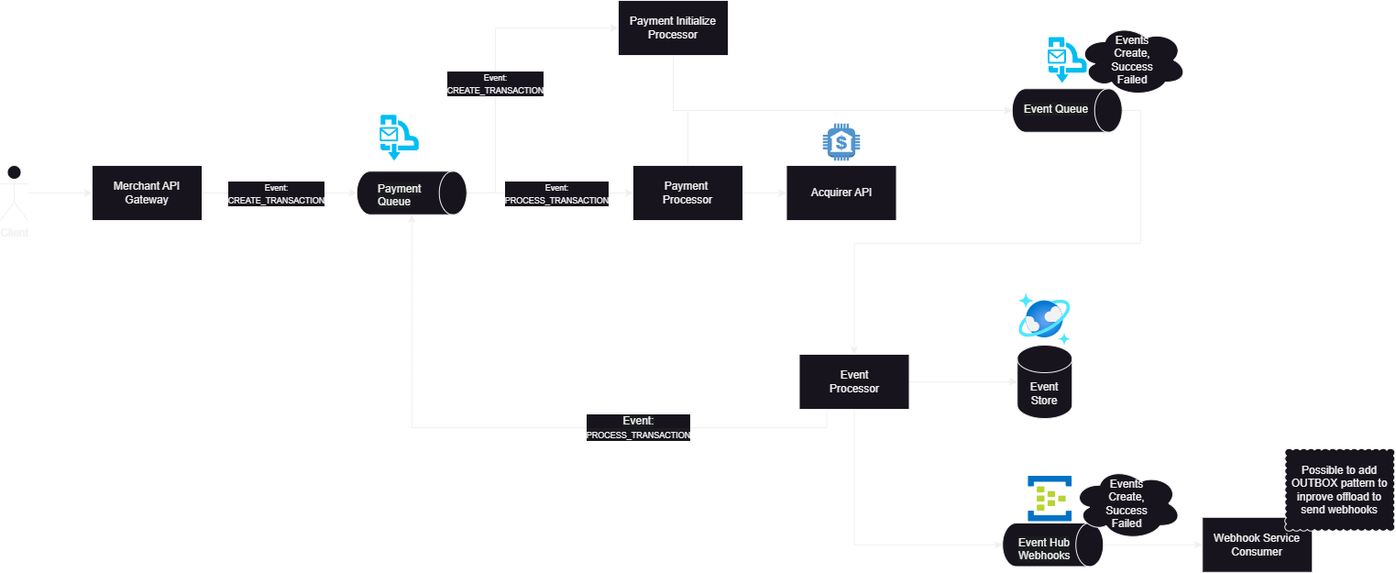
This is Documentation/Images/BaseDesign.png from ShaunJahn/checkout.com.payment.gateway, a draw.io export, as it was before one commit. Source tidied: cells renumbered, new cells last; positions are measured from the earlier drawing's top-left corner, leaving out a move shared by most shapes.
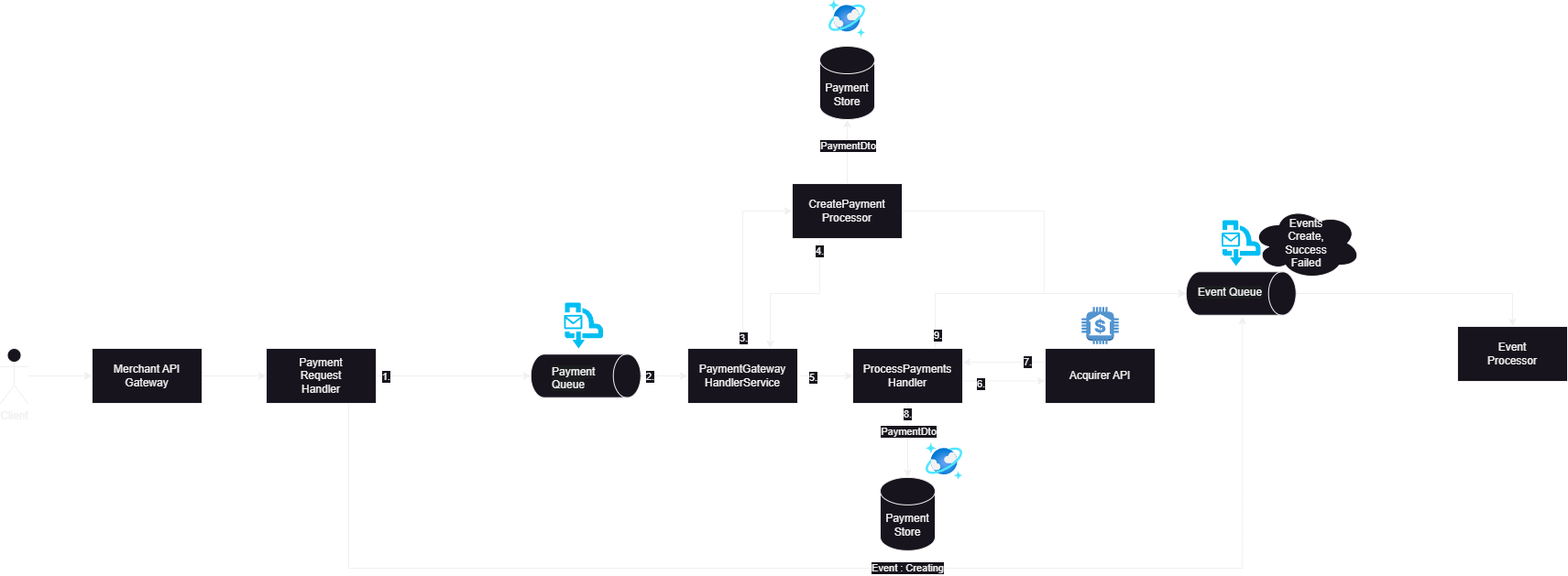
The same diagram one commit later.

Diff of the diagram source:
```diff
@@ -6,49 +6,35 @@
       <mxGeometry relative="1" as="geometry" />
     </mxCell>
     <mxCell id="3" value="Client&lt;div&gt;&lt;br&gt;&lt;/div&gt;" style="shape=umlActor;verticalLabelPosition=bottom;verticalAlign=top;html=1;outlineConnect=0;" parent="1" vertex="1">
-      <mxGeometry y="180" width="30" height="60" as="geometry" />
+      <mxGeometry x="-190" y="180" width="30" height="60" as="geometry" />
     </mxCell>
-    <mxCell id="4" style="edgeStyle=orthogonalEdgeStyle;rounded=0;jettySize=auto;html=1;entryX=0.5;entryY=1;entryDx=0;entryDy=0;entryPerimeter=0;" parent="1" edge="1" source="6" target="14">
-      <mxGeometry relative="1" as="geometry" />
-    </mxCell>
-    <mxCell id="5" value="&lt;span style=&quot;font-size: 9px;&quot;&gt;Event:&lt;/span&gt;&lt;br style=&quot;font-size: 9px;&quot;&gt;&lt;span style=&quot;font-size: 9px;&quot;&gt;CREATE_TRANSACTION&lt;/span&gt;" style="edgeLabel;html=1;align=center;verticalAlign=middle;" parent="4" vertex="1">
-      <mxGeometry x="-0.24" y="-1" relative="1" as="geometry">
-        <mxPoint x="15" y="-1" as="offset" />
-      </mxGeometry>
-    </mxCell>
+    <mxCell id="40" style="edgeStyle=orthogonalEdgeStyle;rounded=0;jettySize=auto;html=1;" parent="1" edge="1" source="6" target="59">
+      <mxGeometry relative="1" as="geometry" />
+    </mxCell>
     <mxCell id="6" value="Merchant API&lt;div&gt;Gateway&lt;/div&gt;" style="rounded=0;whiteSpace=wrap;html=1;" parent="1" vertex="1">
-      <mxGeometry x="100" y="180" width="120" height="60" as="geometry" />
+      <mxGeometry x="-90" y="180" width="120" height="60" as="geometry" />
     </mxCell>
     <mxCell id="7" style="verticalLabelPosition=bottom;html=1;verticalAlign=top;align=center;strokeColor=none;fillColor=#00BEF2;shape=mxgraph.azure.service_bus_queues;" parent="1" vertex="1">
-      <mxGeometry x="413.8" y="124.8" width="42.5" height="50" as="geometry" />
+      <mxGeometry x="425" y="130" width="42.5" height="50" as="geometry" />
     </mxCell>
     <mxCell id="8" style="dashed=0;verticalLabelPosition=bottom;verticalAlign=top;align=center;html=1;shape=mxgraph.aws3.bank;fillColor=#5294CF;gradientColor=none;" parent="1" vertex="1">
-      <mxGeometry x="897.2" y="134.2" width="40.5" height="40.5" as="geometry" />
+      <mxGeometry x="989.8" y="134.8" width="40.5" height="40.5" as="geometry" />
     </mxCell>
+    <mxCell id="41" style="edgeStyle=orthogonalEdgeStyle;rounded=0;jettySize=auto;html=1;exitX=0;exitY=0.25;exitDx=0;exitDy=0;entryX=1;entryY=0.25;entryDx=0;entryDy=0;" parent="1" edge="1" source="9" target="28">
+      <mxGeometry relative="1" as="geometry" />
+    </mxCell>
+    <mxCell id="42" value="7." style="edgeLabel;html=1;align=center;verticalAlign=middle;" parent="41" vertex="1">
+      <mxGeometry x="-0.55" y="-1" relative="1" as="geometry" />
+    </mxCell>
     <mxCell id="9" value="Acquirer API" style="whiteSpace=wrap;html=1;rounded=0;" parent="1" vertex="1">
-      <mxGeometry x="857.5" y="180" width="120" height="60" as="geometry" />
+      <mxGeometry x="950" y="180" width="120" height="60" as="geometry" />
     </mxCell>
-    <mxCell id="10" style="edgeStyle=orthogonalEdgeStyle;rounded=0;jettySize=auto;html=1;" parent="1" edge="1" source="14" target="28">
-      <mxGeometry relative="1" as="geometry" />
-    </mxCell>
-    <mxCell id="11" value="&lt;font style=&quot;font-size: 9px;&quot;&gt;Event:&lt;br&gt;PROCESS_TRANSACTION&lt;/font&gt;" style="edgeLabel;html=1;align=center;verticalAlign=middle;" parent="10" vertex="1">
-      <mxGeometry x="-0.03" y="-1" relative="1" as="geometry">
-        <mxPoint x="11" y="-1" as="offset" />
-      </mxGeometry>
-    </mxCell>
-    <mxCell id="12" style="edgeStyle=orthogonalEdgeStyle;rounded=0;jettySize=auto;html=1;exitX=0.5;exitY=0;exitDx=0;exitDy=0;exitPerimeter=0;entryX=0;entryY=0.5;entryDx=0;entryDy=0;" parent="1" edge="1" source="14" target="36">
-      <mxGeometry relative="1" as="geometry">
-        <Array as="points">
-          <mxPoint x="540" y="210" />
-          <mxPoint x="540" y="30" />
-        </Array>
-      </mxGeometry>
-    </mxCell>
-    <mxCell id="13" value="&lt;font style=&quot;font-size: 9px;&quot;&gt;Event:&lt;br&gt;CREATE_TRANSACTION&lt;/font&gt;" style="edgeLabel;html=1;align=center;verticalAlign=middle;" parent="12" vertex="1">
-      <mxGeometry x="0.32" y="-1" relative="1" as="geometry">
-        <mxPoint x="-18" y="59" as="offset" />
-      </mxGeometry>
-    </mxCell>
+    <mxCell id="43" style="edgeStyle=orthogonalEdgeStyle;rounded=0;jettySize=auto;html=1;exitX=0.5;exitY=0;exitDx=0;exitDy=0;exitPerimeter=0;entryX=0;entryY=0.5;entryDx=0;entryDy=0;" parent="1" edge="1" source="14" target="66">
+      <mxGeometry relative="1" as="geometry" />
+    </mxCell>
+    <mxCell id="44" value="2." style="edgeLabel;html=1;align=center;verticalAlign=middle;" parent="43" vertex="1">
+      <mxGeometry x="-0.61" relative="1" as="geometry" />
+    </mxCell>
     <mxCell id="14" style="shape=cylinder3;whiteSpace=wrap;html=1;boundedLbl=1;backgroundOutline=1;size=15;rotation=90;" parent="1" vertex="1">
       <mxGeometry x="425" y="150" width="47.5" height="120" as="geometry" />
     </mxCell>
@@ -56,11 +42,8 @@
       <mxGeometry x="410" y="192" width="60" height="30" as="geometry" />
     </mxCell>
     <mxCell id="16" style="image;html=1;align=center;fontSize=12;image=img/lib/azure2/databases/Azure_Cosmos_DB.svg;" parent="1" vertex="1">
-      <mxGeometry x="1111.2" y="320" width="56" height="56" as="geometry" />
+      <mxGeometry x="820" y="283.8" width="40" height="40" as="geometry" />
     </mxCell>
-    <mxCell id="17" value="Event Store" style="shape=cylinder3;whiteSpace=wrap;html=1;boundedLbl=1;backgroundOutline=1;size=15;" parent="1" vertex="1">
-      <mxGeometry x="1109.2" y="376" width="60" height="80" as="geometry" />
-    </mxCell>
     <mxCell id="18" style="edgeStyle=orthogonalEdgeStyle;rounded=0;jettySize=auto;html=1;exitX=0.5;exitY=0;exitDx=0;exitDy=0;exitPerimeter=0;" parent="1" edge="1" source="19" target="30">
       <mxGeometry relative="1" as="geometry" />
     </mxCell>
@@ -70,66 +53,111 @@
     <mxCell id="20" style="verticalLabelPosition=bottom;html=1;verticalAlign=top;align=center;strokeColor=none;fillColor=#00BEF2;shape=mxgraph.azure.service_bus_queues;" parent="1" vertex="1">
       <mxGeometry x="1142.5" y="40" width="42.5" height="50" as="geometry" />
     </mxCell>
-    <mxCell id="21" style="edgeStyle=orthogonalEdgeStyle;rounded=0;jettySize=auto;html=1;" parent="1" edge="1" source="22" target="25">
-      <mxGeometry relative="1" as="geometry" />
-    </mxCell>
-    <mxCell id="22" style="shape=cylinder3;whiteSpace=wrap;html=1;boundedLbl=1;backgroundOutline=1;size=15;rotation=90;" parent="1" vertex="1">
-      <mxGeometry x="1124.5" y="538.8" width="47.5" height="110" as="geometry" />
-    </mxCell>
-    <mxCell id="23" style="image;sketch=0;html=1;align=center;fontSize=12;image=img/lib/mscae/Event_Hubs.svg;" parent="1" vertex="1">
-      <mxGeometry x="1121.2" y="518.8" width="48" height="50" as="geometry" />
-    </mxCell>
-    <mxCell id="24" value="&lt;span style=&quot;color: rgb(240, 240, 240); font-family: Helvetica; font-size: 12px; font-style: normal; font-variant-ligatures: normal; font-variant-caps: normal; font-weight: 400; letter-spacing: normal; orphans: 2; text-align: center; text-indent: 0px; text-transform: none; widows: 2; word-spacing: 0px; -webkit-text-stroke-width: 0px; white-space: normal; background-color: rgb(27, 29, 30); text-decoration-thickness: initial; text-decoration-style: initial; text-decoration-color: initial; display: inline !important; float: none;&quot;&gt;Event Hub&lt;/span&gt;&lt;div&gt;&lt;span style=&quot;color: rgb(240, 240, 240); font-family: Helvetica; font-size: 12px; font-style: normal; font-variant-ligatures: normal; font-variant-caps: normal; font-weight: 400; letter-spacing: normal; orphans: 2; text-align: center; text-indent: 0px; text-transform: none; widows: 2; word-spacing: 0px; -webkit-text-stroke-width: 0px; white-space: normal; background-color: rgb(27, 29, 30); text-decoration-thickness: initial; text-decoration-style: initial; text-decoration-color: initial; display: inline !important; float: none;&quot;&gt;Webhooks&lt;/span&gt;&lt;/div&gt;" style="text;whiteSpace=wrap;html=1;" parent="1" vertex="1">
-      <mxGeometry x="1108.5" y="578" width="61.5" height="25.8" as="geometry" />
-    </mxCell>
-    <mxCell id="25" value="Webhook Service&lt;div&gt;Consumer&lt;/div&gt;" style="whiteSpace=wrap;html=1;" parent="1" vertex="1">
-      <mxGeometry x="1311.2" y="563.8" width="120" height="60" as="geometry" />
-    </mxCell>
-    <mxCell id="26" value="Events&lt;div&gt;Create,&lt;/div&gt;&lt;div&gt;Success&lt;/div&gt;&lt;div&gt;Failed&lt;/div&gt;" style="ellipse;shape=cloud;whiteSpace=wrap;html=1;" parent="1" vertex="1">
-      <mxGeometry x="1169.2" y="508.8" width="120" height="80" as="geometry" />
-    </mxCell>
     <mxCell id="27" style="edgeStyle=orthogonalEdgeStyle;rounded=0;jettySize=auto;html=1;exitX=1;exitY=0.5;exitDx=0;exitDy=0;" parent="1" edge="1" source="28" target="9">
-      <mxGeometry relative="1" as="geometry" />
+      <mxGeometry relative="1" as="geometry">
+        <Array as="points">
+          <mxPoint x="850" y="215.5" />
+        </Array>
+      </mxGeometry>
     </mxCell>
+    <mxCell id="45" value="6." style="edgeLabel;html=1;align=center;verticalAlign=middle;" parent="27" vertex="1">
+      <mxGeometry x="-0.21" y="-3" relative="1" as="geometry" />
+    </mxCell>
-    <mxCell id="28" value="Payment&amp;nbsp;&lt;div&gt;Processor&lt;/div&gt;" style="whiteSpace=wrap;html=1;" parent="1" vertex="1">
-      <mxGeometry x="690" y="180" width="120" height="60" as="geometry" />
+    <mxCell id="28" value="ProcessPayments&lt;div&gt;Handler&lt;br&gt;&lt;/div&gt;" style="whiteSpace=wrap;html=1;" parent="1" vertex="1">
+      <mxGeometry x="740" y="180" width="120" height="60" as="geometry" />
     </mxCell>
-    <mxCell id="29" style="edgeStyle=orthogonalEdgeStyle;rounded=0;jettySize=auto;html=1;exitX=1;exitY=0.5;exitDx=0;exitDy=0;" parent="1" edge="1" source="30" target="17">
-      <mxGeometry relative="1" as="geometry" />
-    </mxCell>
     <mxCell id="30" value="Event&lt;div&gt;Processor&lt;/div&gt;" style="whiteSpace=wrap;html=1;" parent="1" vertex="1">
-      <mxGeometry x="871.5" y="386" width="120" height="60" as="geometry" />
+      <mxGeometry x="1400" y="156" width="120" height="60" as="geometry" />
     </mxCell>
-    <mxCell id="31" value="Possible to add OUTBOX pattern to inprove offload to send webhooks" style="whiteSpace=wrap;html=1;shape=mxgraph.basic.cloud_rect;" parent="1" vertex="1">
-      <mxGeometry x="1401.2" y="488.8" width="120" height="90" as="geometry" />
-    </mxCell>
-    <mxCell id="32" style="edgeStyle=orthogonalEdgeStyle;rounded=0;jettySize=auto;html=1;exitX=0.5;exitY=1;exitDx=0;exitDy=0;entryX=0.5;entryY=1;entryDx=0;entryDy=0;entryPerimeter=0;" parent="1" edge="1" source="30" target="22">
-      <mxGeometry relative="1" as="geometry" />
-    </mxCell>
     <mxCell id="33" value="Events&lt;div&gt;Create,&lt;/div&gt;&lt;div&gt;Success&lt;/div&gt;&lt;div&gt;Failed&lt;/div&gt;" style="ellipse;shape=cloud;whiteSpace=wrap;html=1;" parent="1" vertex="1">
       <mxGeometry x="1175" y="25" width="120" height="80" as="geometry" />
     </mxCell>
-    <mxCell id="34" style="edgeStyle=orthogonalEdgeStyle;rounded=0;jettySize=auto;html=1;exitX=0.25;exitY=1;exitDx=0;exitDy=0;entryX=1;entryY=0.5;entryDx=0;entryDy=0;entryPerimeter=0;" parent="1" edge="1" source="30" target="14">
-      <mxGeometry relative="1" as="geometry" />
-    </mxCell>
-    <mxCell id="35" value="&lt;span style=&quot;font-size: 12px; text-wrap: wrap; background-color: rgb(27, 29, 30);&quot;&gt;Event:&lt;/span&gt;&lt;div style=&quot;font-size: 12px; text-wrap: wrap; background-color: rgb(27, 29, 30);&quot;&gt;&lt;span style=&quot;font-size: 9px; text-wrap: nowrap; background-color: rgb(24, 20, 29);&quot;&gt;PROCESS_TRANSACTION&lt;/span&gt;&lt;/div&gt;" style="edgeLabel;html=1;align=center;verticalAlign=middle;" parent="34" vertex="1">
-      <mxGeometry x="-0.36" y="-1" relative="1" as="geometry" />
-    </mxCell>
+    <mxCell id="46" style="edgeStyle=orthogonalEdgeStyle;rounded=0;jettySize=auto;html=1;exitX=0.25;exitY=1;exitDx=0;exitDy=0;entryX=0.75;entryY=0;entryDx=0;entryDy=0;" parent="1" edge="1" source="36" target="66">
+      <mxGeometry relative="1" as="geometry" />
+    </mxCell>
+    <mxCell id="47" value="4." style="edgeLabel;html=1;align=center;verticalAlign=middle;" parent="46" vertex="1">
+      <mxGeometry x="-0.85" y="-1" relative="1" as="geometry" />
+    </mxCell>
-    <mxCell id="36" value="Payment Initialize&lt;div&gt;Processor&lt;/div&gt;" style="whiteSpace=wrap;html=1;" parent="1" vertex="1">
+    <mxCell id="36" value="&lt;div&gt;CreatePayment&lt;/div&gt;&lt;div&gt;Processor&lt;br&gt;&lt;/div&gt;" style="whiteSpace=wrap;html=1;" parent="1" vertex="1">
       <mxGeometry x="674" width="120" height="60" as="geometry" />
     </mxCell>
-    <mxCell id="37" style="edgeStyle=orthogonalEdgeStyle;rounded=0;jettySize=auto;html=1;exitX=0.5;exitY=1;exitDx=0;exitDy=0;entryX=0.5;entryY=1;entryDx=0;entryDy=0;entryPerimeter=0;" parent="1" edge="1" source="36" target="19">
+    <mxCell id="37" style="edgeStyle=orthogonalEdgeStyle;rounded=0;jettySize=auto;html=1;exitX=1;exitY=0.5;exitDx=0;exitDy=0;entryX=0.5;entryY=1;entryDx=0;entryDy=0;entryPerimeter=0;" parent="1" edge="1" source="36" target="19">
       <mxGeometry relative="1" as="geometry" />
     </mxCell>
+    <mxCell id="39" value="&lt;span style=&quot;color: rgb(240, 240, 240); font-family: Helvetica; font-size: 12px; font-style: normal; font-variant-ligatures: normal; font-variant-caps: normal; font-weight: 400; letter-spacing: normal; orphans: 2; text-align: center; text-indent: 0px; text-transform: none; widows: 2; word-spacing: 0px; -webkit-text-stroke-width: 0px; white-space: normal; background-color: rgb(27, 29, 30); text-decoration-thickness: initial; text-decoration-style: initial; text-decoration-color: initial; display: inline !important; float: none;&quot;&gt;Event Queue&lt;/span&gt;" style="text;whiteSpace=wrap;html=1;" parent="1" vertex="1">
+      <mxGeometry x="1115.2" y="105" width="100" height="40" as="geometry" />
+    </mxCell>
+    <mxCell id="48" value="Payment&lt;div&gt;Store&lt;/div&gt;" style="shape=cylinder3;whiteSpace=wrap;html=1;boundedLbl=1;backgroundOutline=1;size=15;" parent="1" vertex="1">
+      <mxGeometry x="704" y="-150" width="60" height="80" as="geometry" />
+    </mxCell>
+    <mxCell id="49" style="edgeStyle=orthogonalEdgeStyle;rounded=0;jettySize=auto;html=1;exitX=0.5;exitY=0;exitDx=0;exitDy=0;entryX=0.5;entryY=1;entryDx=0;entryDy=0;entryPerimeter=0;" parent="1" edge="1" source="36" target="48">
+      <mxGeometry relative="1" as="geometry" />
+    </mxCell>
+    <mxCell id="50" value="PaymentDto" style="edgeLabel;html=1;align=center;verticalAlign=middle;" parent="49" vertex="1">
+      <mxGeometry x="0.21" relative="1" as="geometry" />
+    </mxCell>
+    <mxCell id="51" value="Payment&lt;div&gt;Store&lt;/div&gt;" style="shape=cylinder3;whiteSpace=wrap;html=1;boundedLbl=1;backgroundOutline=1;size=15;" parent="1" vertex="1">
+      <mxGeometry x="770" y="320.9" width="60" height="80" as="geometry" />
+    </mxCell>
+    <mxCell id="52" style="edgeStyle=orthogonalEdgeStyle;rounded=0;jettySize=auto;html=1;exitX=0.5;exitY=1;exitDx=0;exitDy=0;entryX=0.5;entryY=0;entryDx=0;entryDy=0;entryPerimeter=0;" parent="1" edge="1" source="28" target="51">
+      <mxGeometry relative="1" as="geometry" />
+    </mxCell>
+    <mxCell id="53" value="&lt;span style=&quot;color: rgba(0, 0, 0, 0); font-family: monospace; font-size: 0px; text-align: start; background-color: rgb(27, 29, 30);&quot;&gt;%3CmxGraphModel%3E%3Croot%3E%3CmxCell%20id%3D%220%22%2F%3E%3CmxCell%20id%3D%221%22%20parent%3D%220%22%2F%3E%3CmxCell%20id%3D%222%22%20value%3D%22PaymentDto%22%20style%3D%22text%3Bhtml%3D1%3Balign%3Dcenter%3BverticalAlign%3Dmiddle%3Bresizable%3D0%3Bpoints%3D%5B%5D%3Bautosize%3D1%3BstrokeColor%3Dnone%3BfillColor%3Dnone%3B%22%20vertex%3D%221%22%20parent%3D%221%22%3E%3CmxGeometry%20x%3D%22795%22%20y%3D%22408%22%20width%3D%2290%22%20height%3D%2230%22%20as%3D%22geometry%22%2F%3E%3C%2FmxCell%3E%3C%2Froot%3E%3C%2FmxGraphModel%3E&lt;/span&gt;" style="edgeLabel;html=1;align=center;verticalAlign=middle;" parent="52" vertex="1">
+      <mxGeometry x="-0.19" y="-1" relative="1" as="geometry" />
+    </mxCell>
+    <mxCell id="54" value="PaymentDto" style="edgeLabel;html=1;align=center;verticalAlign=middle;" parent="52" vertex="1">
+      <mxGeometry x="-0.04" relative="1" as="geometry">
+        <mxPoint y="-9" as="offset" />
+      </mxGeometry>
+    </mxCell>
+    <mxCell id="55" value="8." style="edgeLabel;html=1;align=center;verticalAlign=middle;" parent="52" vertex="1">
+      <mxGeometry x="-0.74" y="-1" relative="1" as="geometry" />
+    </mxCell>
+    <mxCell id="56" style="image;html=1;align=center;fontSize=12;image=img/lib/azure2/databases/Azure_Cosmos_DB.svg;" parent="1" vertex="1">
+      <mxGeometry x="714" y="-200" width="40" height="40" as="geometry" />
+    </mxCell>
+    <mxCell id="57" style="edgeStyle=orthogonalEdgeStyle;rounded=0;jettySize=auto;html=1;exitX=0.75;exitY=1;exitDx=0;exitDy=0;entryX=0.5;entryY=1;entryDx=0;entryDy=0;" parent="1" edge="1" source="59" target="39">
+      <mxGeometry relative="1" as="geometry">
+        <Array as="points">
+          <mxPoint x="190" y="420" />
+          <mxPoint x="1165" y="420" />
+        </Array>
+      </mxGeometry>
+    </mxCell>
+    <mxCell id="58" value="Event : Creating" style="edgeLabel;html=1;align=center;verticalAlign=middle;" parent="57" vertex="1">
+      <mxGeometry x="-0.07" y="2" relative="1" as="geometry">
+        <mxPoint x="127" y="1" as="offset" />
+      </mxGeometry>
+    </mxCell>
+    <mxCell id="59" value="Payment&lt;div&gt;Request&lt;div&gt;Handler&lt;/div&gt;&lt;/div&gt;" style="whiteSpace=wrap;html=1;rounded=0;" parent="1" vertex="1">
+      <mxGeometry x="100" y="180" width="120" height="60" as="geometry" />
+    </mxCell>
+    <mxCell id="60" style="edgeStyle=orthogonalEdgeStyle;rounded=0;jettySize=auto;html=1;exitX=1;exitY=0.5;exitDx=0;exitDy=0;entryX=0.5;entryY=1;entryDx=0;entryDy=0;entryPerimeter=0;" parent="1" edge="1" source="59" target="14">
+      <mxGeometry relative="1" as="geometry" />
+    </mxCell>
+    <mxCell id="61" value="1." style="edgeLabel;html=1;align=center;verticalAlign=middle;" parent="60" vertex="1">
+      <mxGeometry x="-0.89" relative="1" as="geometry" />
+    </mxCell>
+    <mxCell id="62" style="edgeStyle=orthogonalEdgeStyle;rounded=0;jettySize=auto;html=1;exitX=1;exitY=0.5;exitDx=0;exitDy=0;" parent="1" edge="1" source="66" target="28">
+      <mxGeometry relative="1" as="geometry" />
+    </mxCell>
+    <mxCell id="63" value="5." style="edgeLabel;html=1;align=center;verticalAlign=middle;" parent="62" vertex="1">
+      <mxGeometry x="-0.47" y="-1" relative="1" as="geometry" />
+    </mxCell>
+    <mxCell id="64" style="edgeStyle=orthogonalEdgeStyle;rounded=0;jettySize=auto;html=1;exitX=0.5;exitY=0;exitDx=0;exitDy=0;entryX=0;entryY=0.5;entryDx=0;entryDy=0;" parent="1" edge="1" source="66" target="36">
+      <mxGeometry relative="1" as="geometry" />
+    </mxCell>
+    <mxCell id="65" value="3." style="edgeLabel;html=1;align=center;verticalAlign=middle;" parent="64" vertex="1">
+      <mxGeometry x="-0.89" relative="1" as="geometry" />
+    </mxCell>
+    <mxCell id="66" value="&lt;div&gt;PaymentGateway&lt;/div&gt;&lt;div&gt;HandlerService&lt;br&gt;&lt;/div&gt;" style="whiteSpace=wrap;html=1;" parent="1" vertex="1">
+      <mxGeometry x="560" y="180" width="120" height="60" as="geometry" />
+    </mxCell>
-    <mxCell id="38" style="edgeStyle=orthogonalEdgeStyle;rounded=0;jettySize=auto;html=1;entryX=0.5;entryY=1;entryDx=0;entryDy=0;entryPerimeter=0;" parent="1" edge="1" source="28" target="19">
-      <mxGeometry relative="1" as="geometry">
-        <Array as="points">
-          <mxPoint x="750" y="120" />
-        </Array>
-      </mxGeometry>
+    <mxCell id="38" style="edgeStyle=orthogonalEdgeStyle;rounded=0;jettySize=auto;html=1;exitX=0.75;exitY=0;exitDx=0;exitDy=0;entryX=0.5;entryY=1;entryDx=0;entryDy=0;entryPerimeter=0;" parent="1" edge="1" source="28" target="19">
+      <mxGeometry relative="1" as="geometry" />
     </mxCell>
-    <mxCell id="39" value="&lt;span style=&quot;color: rgb(240, 240, 240); font-family: Helvetica; font-size: 12px; font-style: normal; font-variant-ligatures: normal; font-variant-caps: normal; font-weight: 400; letter-spacing: normal; orphans: 2; text-align: center; text-indent: 0px; text-transform: none; widows: 2; word-spacing: 0px; -webkit-text-stroke-width: 0px; white-space: normal; background-color: rgb(27, 29, 30); text-decoration-thickness: initial; text-decoration-style: initial; text-decoration-color: initial; display: inline !important; float: none;&quot;&gt;Event Queue&lt;/span&gt;" style="text;whiteSpace=wrap;html=1;" parent="1" vertex="1">
-      <mxGeometry x="1115.2" y="105" width="100" height="40" as="geometry" />
-    </mxCell>
+    <mxCell id="67" value="9." style="edgeLabel;html=1;align=center;verticalAlign=middle;" parent="38" vertex="1">
+      <mxGeometry x="-0.91" y="-2" relative="1" as="geometry" />
+    </mxCell>
   </root>
 </mxGraphModel>
```
